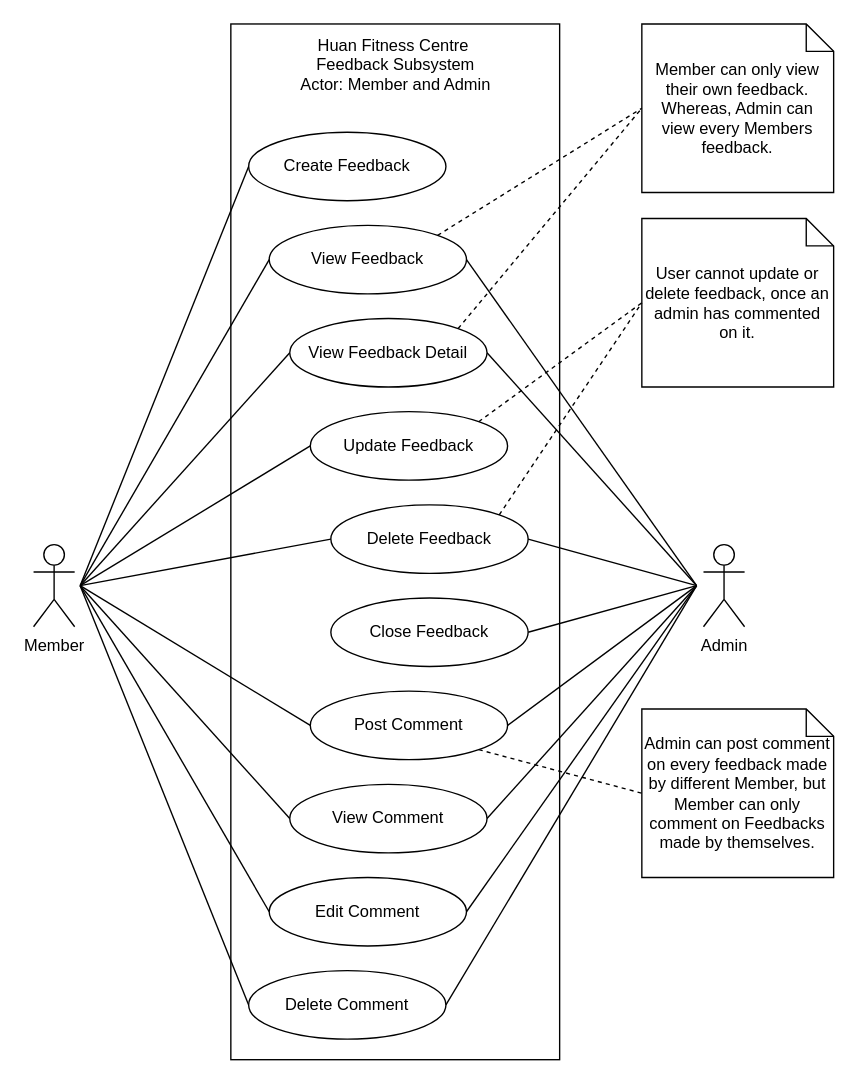
iZ86/DIT2153WD keeps this draw.io diagram as page "Feedback Subsystem" (17 of 18) of diagrams/Use Case Diagram.drawio. Above is the earlier version. Source tidied: cells renumbered, new cells numbered last; positions are measured from the earlier drawing's top-left corner, leaving out a move shared by most shapes. Both pictures are drawn from the tidied source at 137%, with x=0, y=0 at pixel (33, 23).
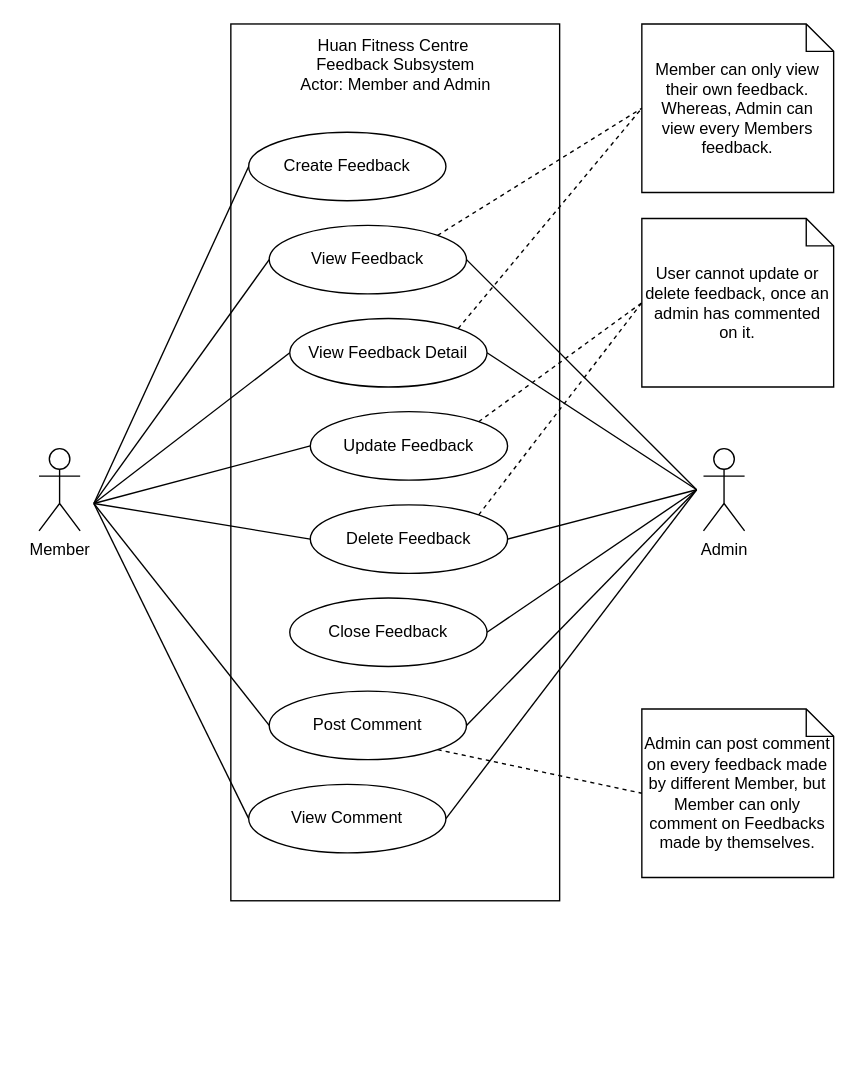
The same page after the edit.

Commit message:
Remove edit and delete comment use case in feedback subsystem

Unchanged cells that the change refers to:
```xml
<mxCell id="3" value="&lt;div&gt;Create Feedback&lt;/div&gt;" style="ellipse;whiteSpace=wrap;html=1;" parent="1" vertex="1">
  <mxGeometry x="157" y="79" width="144" height="50" as="geometry" />
</mxCell>
<mxCell id="4" value="&lt;div&gt;View Feedback&lt;/div&gt;" style="ellipse;whiteSpace=wrap;html=1;" parent="1" vertex="1">
  <mxGeometry x="172" y="147" width="144" height="50" as="geometry" />
</mxCell>
<mxCell id="5" value="&lt;div&gt;Update Feedback&lt;/div&gt;" style="ellipse;whiteSpace=wrap;html=1;" parent="1" vertex="1">
  <mxGeometry x="202" y="283" width="144" height="50" as="geometry" />
</mxCell>
<mxCell id="34" value="&lt;div&gt;View Feedback Detail&lt;/div&gt;" style="ellipse;whiteSpace=wrap;html=1;" parent="1" vertex="1">
  <mxGeometry x="187" y="215" width="144" height="50" as="geometry" />
</mxCell>
```

The edit, as a diff of the source:
```diff
@@
     <mxCell id="2" style="rounded=0;whiteSpace=wrap;html=1;" parent="1" vertex="1">
-      <mxGeometry x="144" width="240" height="756" as="geometry" />
+      <mxGeometry x="144" width="240" height="640" as="geometry" />
     </mxCell>
@@
     <mxCell id="7" value="&lt;div&gt;Delete Feedback&lt;/div&gt;" style="ellipse;whiteSpace=wrap;html=1;" parent="1" vertex="1">
-      <mxGeometry x="217" y="351" width="144" height="50" as="geometry" />
+      <mxGeometry x="202" y="351" width="144" height="50" as="geometry" />
     </mxCell>
     <mxCell id="8" value="&lt;div&gt;Post Comment&lt;/div&gt;" style="ellipse;whiteSpace=wrap;html=1;" parent="1" vertex="1">
-      <mxGeometry x="202" y="487" width="144" height="50" as="geometry" />
+      <mxGeometry x="172" y="487" width="144" height="50" as="geometry" />
     </mxCell>
     <mxCell id="9" style="rounded=0;jettySize=auto;html=1;entryX=0;entryY=0.5;entryDx=0;entryDy=0;endArrow=none;endFill=0;" parent="1" edge="1" target="3">
       <mxGeometry relative="1" as="geometry">
-        <mxPoint x="34" y="410" as="sourcePoint" />
+        <mxPoint x="44" y="350" as="sourcePoint" />
       </mxGeometry>
     </mxCell>
     <mxCell id="10" style="rounded=0;jettySize=auto;html=1;entryX=0;entryY=0.5;entryDx=0;entryDy=0;endArrow=none;endFill=0;" parent="1" edge="1" target="4">
       <mxGeometry relative="1" as="geometry">
-        <mxPoint x="34" y="410" as="sourcePoint" />
+        <mxPoint x="44" y="350" as="sourcePoint" />
       </mxGeometry>
     </mxCell>
     <mxCell id="11" style="rounded=0;jettySize=auto;html=1;entryX=0;entryY=0.5;entryDx=0;entryDy=0;endArrow=none;endFill=0;" parent="1" edge="1" target="34">
       <mxGeometry relative="1" as="geometry">
-        <mxPoint x="34" y="410" as="sourcePoint" />
+        <mxPoint x="44" y="350" as="sourcePoint" />
       </mxGeometry>
     </mxCell>
     <mxCell id="12" style="rounded=0;jettySize=auto;html=1;entryX=0;entryY=0.5;entryDx=0;entryDy=0;endArrow=none;endFill=0;" parent="1" edge="1" target="5">
       <mxGeometry relative="1" as="geometry">
-        <mxPoint x="34" y="410" as="sourcePoint" />
+        <mxPoint x="44" y="350" as="sourcePoint" />
       </mxGeometry>
     </mxCell>
     <mxCell id="13" style="rounded=0;jettySize=auto;html=1;entryX=0;entryY=0.5;entryDx=0;entryDy=0;endArrow=none;endFill=0;" parent="1" edge="1" target="7">
       <mxGeometry relative="1" as="geometry">
-        <mxPoint x="34" y="410" as="sourcePoint" />
+        <mxPoint x="44" y="350" as="sourcePoint" />
       </mxGeometry>
     </mxCell>
     <mxCell id="14" style="rounded=0;jettySize=auto;html=1;entryX=0;entryY=0.5;entryDx=0;entryDy=0;endArrow=none;endFill=0;" parent="1" edge="1" target="8">
       <mxGeometry relative="1" as="geometry">
-        <mxPoint x="34" y="410" as="sourcePoint" />
+        <mxPoint x="44" y="350" as="sourcePoint" />
       </mxGeometry>
     </mxCell>
     <mxCell id="15" style="rounded=0;jettySize=auto;html=1;entryX=0;entryY=0.5;entryDx=0;entryDy=0;endArrow=none;endFill=0;" parent="1" edge="1" target="19">
       <mxGeometry relative="1" as="geometry">
-        <mxPoint x="34" y="410" as="sourcePoint" />
+        <mxPoint x="44" y="350" as="sourcePoint" />
       </mxGeometry>
     </mxCell>
-    <mxCell id="16" style="rounded=0;jettySize=auto;html=1;entryX=0;entryY=0.5;entryDx=0;entryDy=0;endArrow=none;endFill=0;" parent="1" edge="1" target="20">
-      <mxGeometry relative="1" as="geometry">
-        <mxPoint x="34" y="410" as="sourcePoint" />
-      </mxGeometry>
-    </mxCell>
-    <mxCell id="17" style="rounded=0;jettySize=auto;html=1;entryX=0;entryY=0.5;entryDx=0;entryDy=0;endArrow=none;endFill=0;" parent="1" edge="1" target="21">
-      <mxGeometry relative="1" as="geometry">
-        <mxPoint x="34" y="410" as="sourcePoint" />
-      </mxGeometry>
-    </mxCell>
     <mxCell id="18" value="Member" style="shape=umlActor;verticalLabelPosition=bottom;verticalAlign=top;html=1;" parent="1" vertex="1">
-      <mxGeometry y="380" width="30" height="60" as="geometry" />
+      <mxGeometry x="4" y="310" width="30" height="60" as="geometry" />
     </mxCell>
     <mxCell id="19" value="&lt;div&gt;View Comment&lt;/div&gt;" style="ellipse;whiteSpace=wrap;html=1;" parent="1" vertex="1">
-      <mxGeometry x="187" y="555" width="144" height="50" as="geometry" />
+      <mxGeometry x="157" y="555" width="144" height="50" as="geometry" />
     </mxCell>
-    <mxCell id="20" value="Edit Comment" style="ellipse;whiteSpace=wrap;html=1;" parent="1" vertex="1">
-      <mxGeometry x="172" y="623" width="144" height="50" as="geometry" />
-    </mxCell>
-    <mxCell id="21" value="Delete Comment" style="ellipse;whiteSpace=wrap;html=1;" parent="1" vertex="1">
-      <mxGeometry x="157" y="691" width="144" height="50" as="geometry" />
-    </mxCell>
     <mxCell id="22" style="rounded=0;jettySize=auto;html=1;entryX=1;entryY=0.5;entryDx=0;entryDy=0;endArrow=none;endFill=0;" parent="1" edge="1" target="4">
       <mxGeometry relative="1" as="geometry">
-        <mxPoint x="484" y="410" as="sourcePoint" />
+        <mxPoint x="484" y="340" as="sourcePoint" />
       </mxGeometry>
     </mxCell>
     <mxCell id="23" style="rounded=0;jettySize=auto;html=1;entryX=1;entryY=0.5;entryDx=0;entryDy=0;endArrow=none;endFill=0;" parent="1" edge="1" target="34">
       <mxGeometry relative="1" as="geometry">
-        <mxPoint x="484" y="410" as="sourcePoint" />
+        <mxPoint x="484" y="340" as="sourcePoint" />
       </mxGeometry>
     </mxCell>
     <mxCell id="24" style="rounded=0;jettySize=auto;html=1;entryX=1;entryY=0.5;entryDx=0;entryDy=0;endArrow=none;endFill=0;" parent="1" edge="1" target="7">
       <mxGeometry relative="1" as="geometry">
-        <mxPoint x="484" y="410" as="sourcePoint" />
+        <mxPoint x="484" y="340" as="sourcePoint" />
       </mxGeometry>
     </mxCell>
     <mxCell id="25" style="rounded=0;jettySize=auto;html=1;entryX=1;entryY=0.5;entryDx=0;entryDy=0;endArrow=none;endFill=0;" parent="1" edge="1" target="33">
       <mxGeometry relative="1" as="geometry">
-        <mxPoint x="484" y="410" as="sourcePoint" />
+        <mxPoint x="484" y="340" as="sourcePoint" />
       </mxGeometry>
     </mxCell>
     <mxCell id="26" style="rounded=0;jettySize=auto;html=1;entryX=1;entryY=0.5;entryDx=0;entryDy=0;endArrow=none;endFill=0;" parent="1" edge="1" target="8">
       <mxGeometry relative="1" as="geometry">
-        <mxPoint x="484" y="410" as="sourcePoint" />
+        <mxPoint x="484" y="340" as="sourcePoint" />
       </mxGeometry>
     </mxCell>
     <mxCell id="27" style="rounded=0;jettySize=auto;html=1;entryX=1;entryY=0.5;entryDx=0;entryDy=0;endArrow=none;endFill=0;" parent="1" edge="1" target="19">
       <mxGeometry relative="1" as="geometry">
-        <mxPoint x="484" y="410" as="sourcePoint" />
+        <mxPoint x="484" y="340" as="sourcePoint" />
       </mxGeometry>
     </mxCell>
-    <mxCell id="28" style="rounded=0;jettySize=auto;html=1;entryX=1;entryY=0.5;entryDx=0;entryDy=0;endArrow=none;endFill=0;" parent="1" edge="1" target="20">
-      <mxGeometry relative="1" as="geometry">
-        <mxPoint x="484" y="410" as="sourcePoint" />
-      </mxGeometry>
-    </mxCell>
-    <mxCell id="29" style="rounded=0;jettySize=auto;html=1;entryX=1;entryY=0.5;entryDx=0;entryDy=0;endArrow=none;endFill=0;" parent="1" edge="1" target="21">
-      <mxGeometry relative="1" as="geometry">
-        <mxPoint x="484" y="410" as="sourcePoint" />
-      </mxGeometry>
-    </mxCell>
     <mxCell id="30" value="Admin" style="shape=umlActor;verticalLabelPosition=bottom;verticalAlign=top;html=1;" parent="1" vertex="1">
-      <mxGeometry x="489" y="380" width="30" height="60" as="geometry" />
+      <mxGeometry x="489" y="310" width="30" height="60" as="geometry" />
     </mxCell>
@@
     <mxCell id="33" value="&lt;div&gt;Close Feedback&lt;/div&gt;" style="ellipse;whiteSpace=wrap;html=1;" parent="1" vertex="1">
-      <mxGeometry x="217" y="419" width="144" height="50" as="geometry" />
+      <mxGeometry x="187" y="419" width="144" height="50" as="geometry" />
     </mxCell>
```
